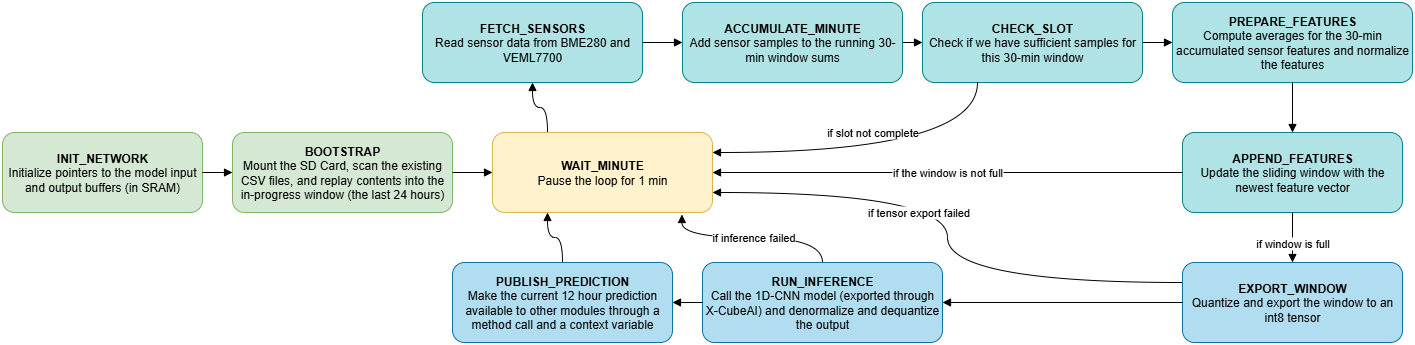
The draw.io diagram paper/tinyml_home_weather_forecasting-forecast_temp_task State Machine.drawio.png in rishi-latchmepersad/TinyML-Home-Weather-Forecasting, before a commit. Source tidied: cells renumbered, new cells last; positions are measured from the earlier drawing's top-left corner, leaving out a move shared by most shapes. Its diagram source:
```xml
<mxGraphModel>
  <root>
    <mxCell id="0" />
    <mxCell id="1" parent="0" />
    <mxCell id="2" value="&lt;b&gt;INIT_NETWORK&lt;/b&gt;&lt;div&gt;Initialize pointers to the model input and output buffers (in SRAM)&lt;/div&gt;" style="rounded=1;whiteSpace=wrap;html=1;fillColor=#d5e8d4;strokeColor=#82b366;" parent="1" vertex="1">
      <mxGeometry y="130" width="200" height="80" as="geometry" />
    </mxCell>
    <mxCell id="3" value="&lt;b&gt;BOOTSTRAP&lt;/b&gt;&lt;div&gt;Mount the SD Card, scan the existing CSV files, and replay contents into the in-progress window (the last 24 hours)&lt;/div&gt;" style="rounded=1;whiteSpace=wrap;html=1;fillColor=#d5e8d4;strokeColor=#82b366;" parent="1" vertex="1">
      <mxGeometry x="230" y="130" width="220" height="80" as="geometry" />
    </mxCell>
    <mxCell id="4" value="&lt;b&gt;FETCH_SENSORS&lt;/b&gt;&lt;div&gt;Read sensor data from BME280 and VEML7700&lt;/div&gt;" style="rounded=1;whiteSpace=wrap;html=1;fillColor=#b0e3e6;strokeColor=#0e8088;" parent="1" vertex="1">
      <mxGeometry x="420" width="220" height="80" as="geometry" />
    </mxCell>
    <mxCell id="5" value="&lt;b&gt;ACCUMULATE_MINUTE&lt;/b&gt;&lt;div&gt;Add sensor samples to the running 30-min window sums&lt;/div&gt;" style="rounded=1;whiteSpace=wrap;html=1;fillColor=#b0e3e6;strokeColor=#0e8088;" parent="1" vertex="1">
      <mxGeometry x="680" width="220" height="80" as="geometry" />
    </mxCell>
    <mxCell id="6" value="&lt;b&gt;CHECK_SLOT&lt;/b&gt;&lt;div&gt;Check if we have sufficient samples for this 30-min window&lt;/div&gt;" style="rounded=1;whiteSpace=wrap;html=1;fillColor=#b0e3e6;strokeColor=#0e8088;" parent="1" vertex="1">
      <mxGeometry x="920" width="220" height="80" as="geometry" />
    </mxCell>
    <mxCell id="7" value="&lt;b&gt;PREPARE_FEATURES&lt;/b&gt;&lt;div&gt;Compute averages for the 30-min accumulated sensor features and normalize the features&lt;/div&gt;" style="rounded=1;whiteSpace=wrap;html=1;fillColor=#b0e3e6;strokeColor=#0e8088;" parent="1" vertex="1">
      <mxGeometry x="1170" width="240" height="80" as="geometry" />
    </mxCell>
    <mxCell id="8" value="&lt;b&gt;APPEND_FEATURES&lt;/b&gt;&lt;div&gt;Update the sliding window with the newest feature vector&lt;/div&gt;" style="rounded=1;whiteSpace=wrap;html=1;fillColor=#b0e3e6;strokeColor=#0e8088;" parent="1" vertex="1">
      <mxGeometry x="1180" y="130" width="220" height="80" as="geometry" />
    </mxCell>
    <mxCell id="9" value="&lt;b&gt;WAIT_MINUTE&lt;/b&gt;&lt;div&gt;Pause the loop for 1 min&lt;/div&gt;" style="rounded=1;whiteSpace=wrap;html=1;fillColor=#fff2cc;strokeColor=#d6b656;" parent="1" vertex="1">
      <mxGeometry x="490" y="130" width="220" height="80" as="geometry" />
    </mxCell>
    <mxCell id="10" value="&lt;b&gt;RUN_INFERENCE&lt;/b&gt;&lt;div&gt;Call the 1D-CNN model (exported through X-CubeAI) and denormalize and dequantize the output&lt;/div&gt;" style="rounded=1;whiteSpace=wrap;html=1;fillColor=#b1ddf0;strokeColor=#10739e;" parent="1" vertex="1">
      <mxGeometry x="700" y="260" width="240" height="80" as="geometry" />
    </mxCell>
    <mxCell id="11" value="&lt;b&gt;EXPORT_WINDOW&lt;/b&gt;&lt;div&gt;Quantize and export the window to an int8 tensor&lt;/div&gt;" style="rounded=1;whiteSpace=wrap;html=1;fillColor=#b1ddf0;strokeColor=#10739e;" parent="1" vertex="1">
      <mxGeometry x="1180" y="260" width="220" height="80" as="geometry" />
    </mxCell>
    <mxCell id="12" value="&lt;b&gt;PUBLISH_PREDICTION&lt;/b&gt;&lt;div&gt;Make the current 12 hour prediction available to other modules through a method call and a context variable&lt;/div&gt;" style="rounded=1;whiteSpace=wrap;html=1;fillColor=#b1ddf0;strokeColor=#10739e;" parent="1" vertex="1">
      <mxGeometry x="450" y="260" width="220" height="80" as="geometry" />
    </mxCell>
    <mxCell id="13" style="endArrow=block;html=1;rounded=0;strokeColor=#000000;" parent="1" edge="1" source="2" target="3">
      <mxGeometry relative="1" as="geometry" />
    </mxCell>
    <mxCell id="14" style="endArrow=block;html=1;rounded=0;strokeColor=#000000;" parent="1" edge="1" source="3" target="9">
      <mxGeometry relative="1" as="geometry" />
    </mxCell>
    <mxCell id="15" style="endArrow=block;html=1;rounded=0;strokeColor=#000000;exitX=0.25;exitY=0;exitDx=0;exitDy=0;edgeStyle=orthogonalEdgeStyle;curved=1;" parent="1" edge="1" source="9" target="4">
      <mxGeometry relative="1" as="geometry" />
    </mxCell>
    <mxCell id="16" style="endArrow=block;html=1;rounded=0;strokeColor=#000000;" parent="1" edge="1" source="4" target="5">
      <mxGeometry relative="1" as="geometry" />
    </mxCell>
    <mxCell id="17" style="endArrow=block;html=1;rounded=0;strokeColor=#000000;" parent="1" edge="1" source="5" target="6">
      <mxGeometry relative="1" as="geometry" />
    </mxCell>
    <mxCell id="18" style="endArrow=block;html=1;rounded=0;strokeColor=#000000;" parent="1" edge="1" source="6" target="7">
      <mxGeometry relative="1" as="geometry" />
    </mxCell>
    <mxCell id="19" style="endArrow=block;html=1;rounded=0;strokeColor=#000000;" parent="1" edge="1" source="7" target="8">
      <mxGeometry relative="1" as="geometry" />
    </mxCell>
    <mxCell id="20" style="endArrow=block;html=1;rounded=0;strokeColor=#000000;" parent="1" edge="1" source="8" target="11">
      <mxGeometry relative="1" as="geometry" />
    </mxCell>
    <mxCell id="21" value="if window is full" style="edgeLabel;html=1;align=center;verticalAlign=middle;" parent="20" vertex="1">
      <mxGeometry x="0.2" y="-1" relative="1" as="geometry" />
    </mxCell>
    <mxCell id="22" style="endArrow=block;html=1;rounded=0;strokeColor=#000000;" parent="1" edge="1" source="11" target="10">
      <mxGeometry relative="1" as="geometry" />
    </mxCell>
    <mxCell id="23" style="endArrow=block;html=1;rounded=0;strokeColor=#000000;" parent="1" edge="1" source="10" target="12">
      <mxGeometry relative="1" as="geometry" />
    </mxCell>
    <mxCell id="24" style="endArrow=block;html=1;rounded=0;strokeColor=#000000;entryX=0.25;entryY=1;entryDx=0;entryDy=0;edgeStyle=orthogonalEdgeStyle;curved=1;" parent="1" edge="1" source="12" target="9">
      <mxGeometry relative="1" as="geometry" />
    </mxCell>
    <mxCell id="25" value="if slot not complete" style="endArrow=block;html=1;rounded=0;strokeColor=#000000;edgeStyle=orthogonalEdgeStyle;curved=1;exitX=0.25;exitY=1;exitDx=0;exitDy=0;entryX=1;entryY=0.25;entryDx=0;entryDy=0;" parent="1" edge="1" source="6" target="9">
      <mxGeometry x="0.04" y="-20" relative="1" as="geometry" />
    </mxCell>
    <mxCell id="26" value="if the window is not full" style="endArrow=block;html=1;rounded=0;strokeColor=#000000;" parent="1" edge="1" source="8" target="9">
      <mxGeometry relative="1" as="geometry" />
    </mxCell>
    <mxCell id="27" value="if tensor export failed" style="endArrow=block;html=1;rounded=0;strokeColor=#000000;edgeStyle=orthogonalEdgeStyle;curved=1;entryX=1;entryY=0.75;entryDx=0;entryDy=0;exitX=0;exitY=0.25;exitDx=0;exitDy=0;" parent="1" edge="1" source="11" target="9">
      <mxGeometry x="0.26" y="20" relative="1" as="geometry" />
    </mxCell>
    <mxCell id="28" value="if inference failed" style="endArrow=block;html=1;rounded=0;strokeColor=#000000;edgeStyle=orthogonalEdgeStyle;curved=1;entryX=0.861;entryY=1.025;entryDx=0;entryDy=0;entryPerimeter=0;" parent="1" edge="1" source="10" target="9">
      <mxGeometry relative="1" as="geometry" />
    </mxCell>
  </root>
</mxGraphModel>
```
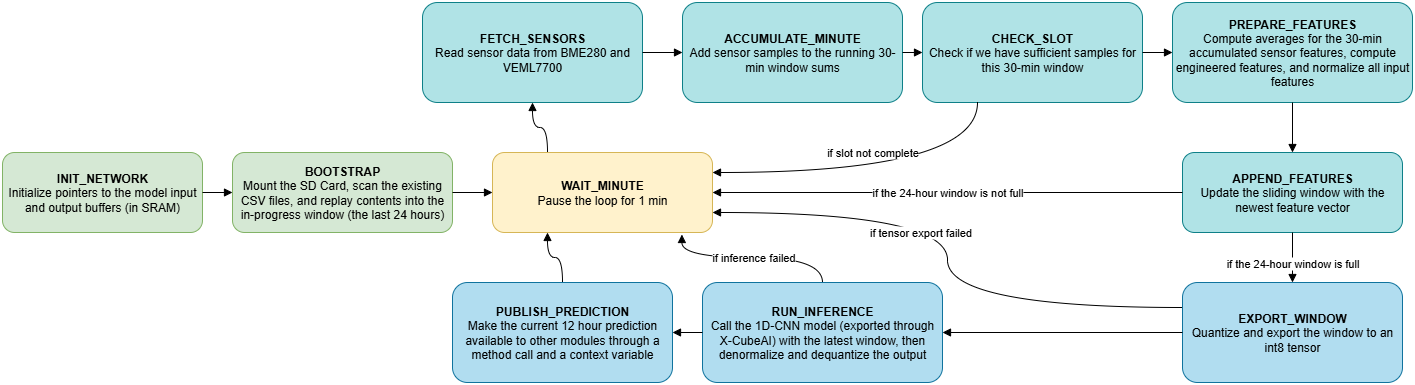
The same file after the commit.

Change to the diagram source:
```diff
@@ -9,16 +9,16 @@
       <mxGeometry x="230" y="130" width="220" height="80" as="geometry" />
     </mxCell>
     <mxCell id="4" value="&lt;b&gt;FETCH_SENSORS&lt;/b&gt;&lt;div&gt;Read sensor data from BME280 and VEML7700&lt;/div&gt;" style="rounded=1;whiteSpace=wrap;html=1;fillColor=#b0e3e6;strokeColor=#0e8088;" parent="1" vertex="1">
-      <mxGeometry x="420" width="220" height="80" as="geometry" />
+      <mxGeometry x="420" y="-20" width="220" height="100" as="geometry" />
     </mxCell>
     <mxCell id="5" value="&lt;b&gt;ACCUMULATE_MINUTE&lt;/b&gt;&lt;div&gt;Add sensor samples to the running 30-min window sums&lt;/div&gt;" style="rounded=1;whiteSpace=wrap;html=1;fillColor=#b0e3e6;strokeColor=#0e8088;" parent="1" vertex="1">
-      <mxGeometry x="680" width="220" height="80" as="geometry" />
+      <mxGeometry x="680" y="-20" width="220" height="100" as="geometry" />
     </mxCell>
     <mxCell id="6" value="&lt;b&gt;CHECK_SLOT&lt;/b&gt;&lt;div&gt;Check if we have sufficient samples for this 30-min window&lt;/div&gt;" style="rounded=1;whiteSpace=wrap;html=1;fillColor=#b0e3e6;strokeColor=#0e8088;" parent="1" vertex="1">
-      <mxGeometry x="920" width="220" height="80" as="geometry" />
+      <mxGeometry x="920" y="-20" width="220" height="100" as="geometry" />
     </mxCell>
-    <mxCell id="7" value="&lt;b&gt;PREPARE_FEATURES&lt;/b&gt;&lt;div&gt;Compute averages for the 30-min accumulated sensor features and normalize the features&lt;/div&gt;" style="rounded=1;whiteSpace=wrap;html=1;fillColor=#b0e3e6;strokeColor=#0e8088;" parent="1" vertex="1">
-      <mxGeometry x="1170" width="240" height="80" as="geometry" />
+    <mxCell id="7" value="&lt;b&gt;PREPARE_FEATURES&lt;/b&gt;&lt;div&gt;Compute averages for the 30-min accumulated sensor features, compute engineered features, and normalize all input features&lt;/div&gt;" style="rounded=1;whiteSpace=wrap;html=1;fillColor=#b0e3e6;strokeColor=#0e8088;" parent="1" vertex="1">
+      <mxGeometry x="1170" y="-20" width="240" height="100" as="geometry" />
     </mxCell>
     <mxCell id="8" value="&lt;b&gt;APPEND_FEATURES&lt;/b&gt;&lt;div&gt;Update the sliding window with the newest feature vector&lt;/div&gt;" style="rounded=1;whiteSpace=wrap;html=1;fillColor=#b0e3e6;strokeColor=#0e8088;" parent="1" vertex="1">
       <mxGeometry x="1180" y="130" width="220" height="80" as="geometry" />
@@ -26,14 +26,14 @@
     <mxCell id="9" value="&lt;b&gt;WAIT_MINUTE&lt;/b&gt;&lt;div&gt;Pause the loop for 1 min&lt;/div&gt;" style="rounded=1;whiteSpace=wrap;html=1;fillColor=#fff2cc;strokeColor=#d6b656;" parent="1" vertex="1">
       <mxGeometry x="490" y="130" width="220" height="80" as="geometry" />
     </mxCell>
-    <mxCell id="10" value="&lt;b&gt;RUN_INFERENCE&lt;/b&gt;&lt;div&gt;Call the 1D-CNN model (exported through X-CubeAI) and denormalize and dequantize the output&lt;/div&gt;" style="rounded=1;whiteSpace=wrap;html=1;fillColor=#b1ddf0;strokeColor=#10739e;" parent="1" vertex="1">
-      <mxGeometry x="700" y="260" width="240" height="80" as="geometry" />
+    <mxCell id="10" value="&lt;b&gt;RUN_INFERENCE&lt;/b&gt;&lt;div&gt;Call the 1D-CNN model (exported through X-CubeAI) with the latest window, then denormalize and dequantize the output&lt;/div&gt;" style="rounded=1;whiteSpace=wrap;html=1;fillColor=#b1ddf0;strokeColor=#10739e;" parent="1" vertex="1">
+      <mxGeometry x="700" y="260" width="240" height="100" as="geometry" />
     </mxCell>
     <mxCell id="11" value="&lt;b&gt;EXPORT_WINDOW&lt;/b&gt;&lt;div&gt;Quantize and export the window to an int8 tensor&lt;/div&gt;" style="rounded=1;whiteSpace=wrap;html=1;fillColor=#b1ddf0;strokeColor=#10739e;" parent="1" vertex="1">
-      <mxGeometry x="1180" y="260" width="220" height="80" as="geometry" />
+      <mxGeometry x="1180" y="260" width="220" height="100" as="geometry" />
     </mxCell>
     <mxCell id="12" value="&lt;b&gt;PUBLISH_PREDICTION&lt;/b&gt;&lt;div&gt;Make the current 12 hour prediction available to other modules through a method call and a context variable&lt;/div&gt;" style="rounded=1;whiteSpace=wrap;html=1;fillColor=#b1ddf0;strokeColor=#10739e;" parent="1" vertex="1">
-      <mxGeometry x="450" y="260" width="220" height="80" as="geometry" />
+      <mxGeometry x="450" y="260" width="220" height="100" as="geometry" />
     </mxCell>
     <mxCell id="13" style="endArrow=block;html=1;rounded=0;strokeColor=#000000;" parent="1" edge="1" source="2" target="3">
       <mxGeometry relative="1" as="geometry" />
@@ -59,7 +59,7 @@
     <mxCell id="20" style="endArrow=block;html=1;rounded=0;strokeColor=#000000;" parent="1" edge="1" source="8" target="11">
       <mxGeometry relative="1" as="geometry" />
     </mxCell>
-    <mxCell id="21" value="if window is full" style="edgeLabel;html=1;align=center;verticalAlign=middle;" parent="20" vertex="1">
+    <mxCell id="21" value="if the 24-hour window is full" style="edgeLabel;html=1;align=center;verticalAlign=middle;" parent="20" vertex="1">
       <mxGeometry x="0.2" y="-1" relative="1" as="geometry" />
     </mxCell>
     <mxCell id="22" style="endArrow=block;html=1;rounded=0;strokeColor=#000000;" parent="1" edge="1" source="11" target="10">
@@ -74,7 +74,7 @@
     <mxCell id="25" value="if slot not complete" style="endArrow=block;html=1;rounded=0;strokeColor=#000000;edgeStyle=orthogonalEdgeStyle;curved=1;exitX=0.25;exitY=1;exitDx=0;exitDy=0;entryX=1;entryY=0.25;entryDx=0;entryDy=0;" parent="1" edge="1" source="6" target="9">
       <mxGeometry x="0.04" y="-20" relative="1" as="geometry" />
     </mxCell>
-    <mxCell id="26" value="if the window is not full" style="endArrow=block;html=1;rounded=0;strokeColor=#000000;" parent="1" edge="1" source="8" target="9">
+    <mxCell id="26" value="if the 24-hour window is not full" style="endArrow=block;html=1;rounded=0;strokeColor=#000000;" parent="1" edge="1" source="8" target="9">
       <mxGeometry relative="1" as="geometry" />
     </mxCell>
     <mxCell id="27" value="if tensor export failed" style="endArrow=block;html=1;rounded=0;strokeColor=#000000;edgeStyle=orthogonalEdgeStyle;curved=1;entryX=1;entryY=0.75;entryDx=0;entryDy=0;exitX=0;exitY=0.25;exitDx=0;exitDy=0;" parent="1" edge="1" source="11" target="9">
```
